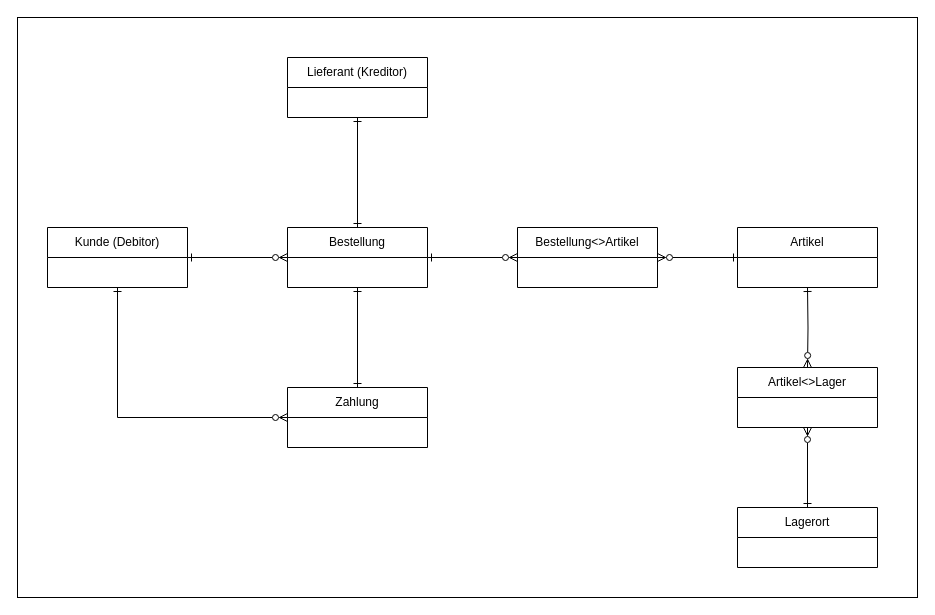
This is doc/ERM.drawio from domirohner/erp, a draw.io file, before an edit. Source tidied: cells renumbered, new cells numbered last; positions are measured from the earlier drawing's top-left corner, leaving out a move shared by most shapes. Both pictures are drawn from the tidied source at 100%, with x=0, y=0 at pixel (17, 17).
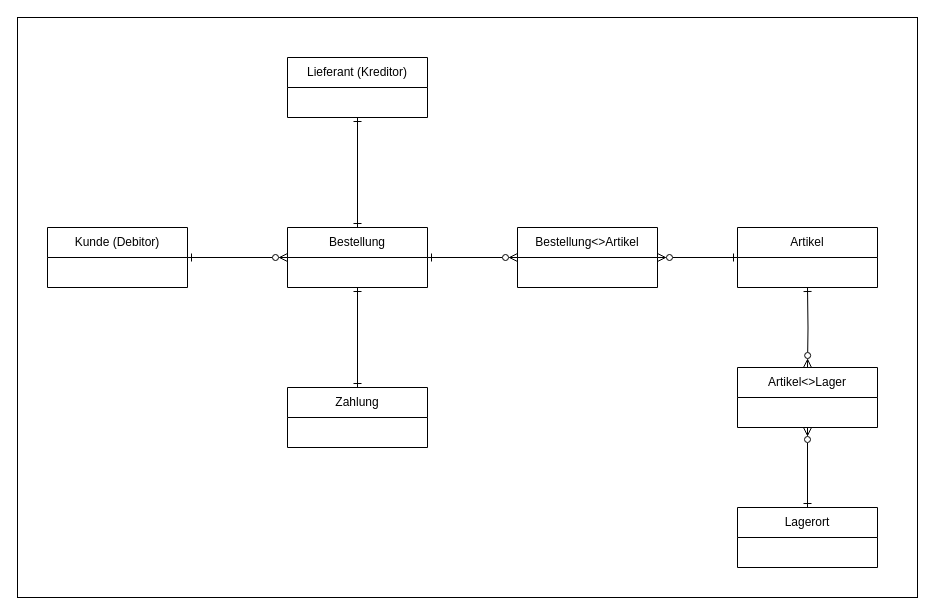
The same diagram, later.

The change refers to these unchanged cells:
```xml
<mxCell id="5" value="Kunde (Debitor)" style="swimlane;fontStyle=0;horizontal=1;startSize=30;whiteSpace=wrap;html=1;" parent="1" vertex="1">
  <mxGeometry x="30" y="210" width="140" height="60" as="geometry" />
</mxCell>
<mxCell id="15" value="Zahlung" style="swimlane;fontStyle=0;horizontal=1;startSize=30;whiteSpace=wrap;html=1;" parent="1" vertex="1">
  <mxGeometry x="270" y="370" width="140" height="60" as="geometry" />
</mxCell>
```

Change to the diagram source:
```diff
@@
-    <mxCell id="4" style="edgeStyle=orthogonalEdgeStyle;rounded=0;jettySize=auto;html=1;entryX=0;entryY=0.5;entryDx=0;entryDy=0;endArrow=ERzeroToMany;endFill=0;startArrow=ERone;startFill=0;exitX=0.5;exitY=1;exitDx=0;exitDy=0;" parent="1" edge="1" source="5" target="15">
-      <mxGeometry relative="1" as="geometry">
-        <Array as="points">
-          <mxPoint x="100" y="400" />
-        </Array>
-      </mxGeometry>
-    </mxCell>
```
